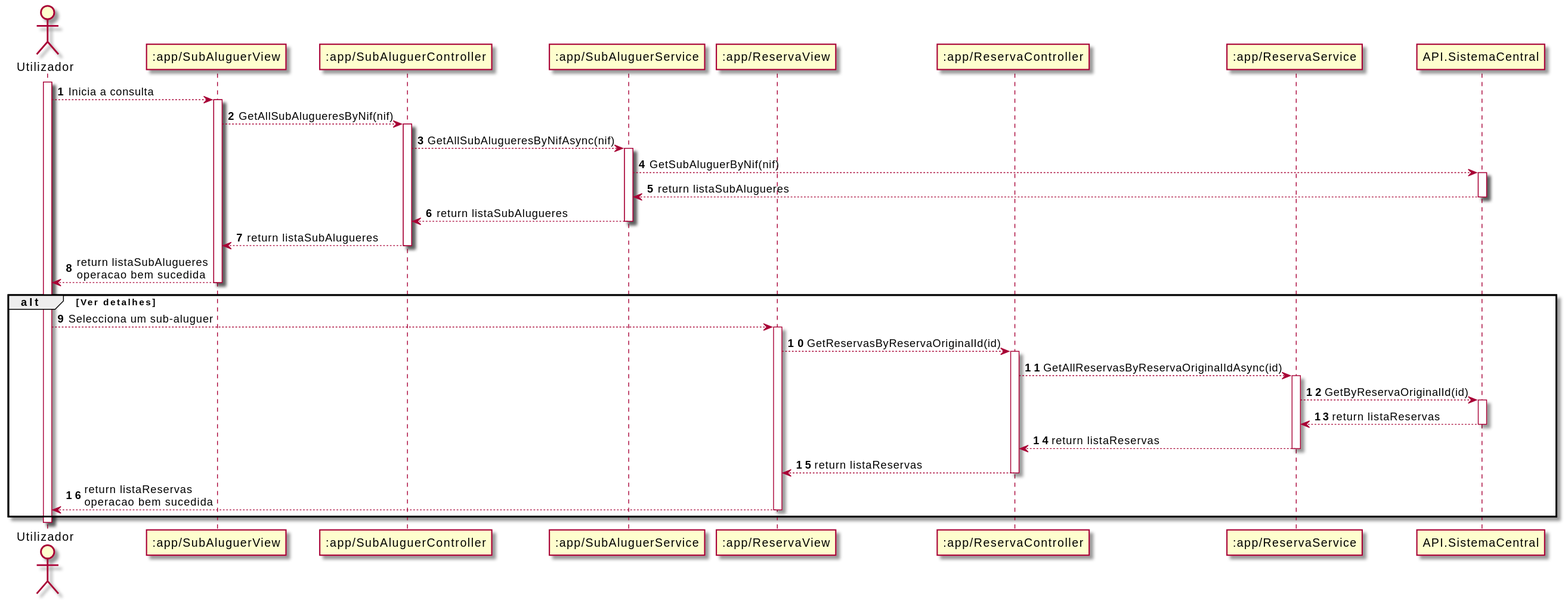
This is Documentos/Sprint4/UC8/UC8_SD.svg from UPskillDOTNET/Jakim-das-Coives-S.A., a PlantUML export, as it was before one commit. The source it was exported from:
```plantuml
@startuml
autonumber
actor "Utilizador" as U
participant ":app/SubAluguerView" as SV
participant ":app/SubAluguerController" as SC
participant ":app/SubAluguerService" as SS
participant ":app/ReservaView" as RV
participant ":app/ReservaController" as RC
participant ":app/ReservaService" as RS
participant "API.SistemaCentral" as API

activate U

U --> SV: Inicia a consulta
activate SV

SV --> SC: GetAllSubAlugueresByNif(nif)
activate SC

SC --> SS: GetAllSubAlugueresByNifAsync(nif)
activate SS

SS --> API: GetSubAluguerByNif(nif)
activate API

API --> SS:return listaSubAlugueres
deactivate API

SS --> SC: return listaSubAlugueres
deactivate SS

SC --> SV: return listaSubAlugueres
deactivate SC

SV --> U: return listaSubAlugueres\noperacao bem sucedida
deactivate SV

alt Ver detalhes

U --> RV: Selecciona um sub-aluguer
activate RV

RV --> RC: GetReservasByReservaOriginalId(id)
activate RC

RC --> RS: GetAllReservasByReservaOriginalIdAsync(id)
activate RS

RS --> API: GetByReservaOriginalId(id)
activate API

API --> RS:return listaReservas
deactivate API

RS --> RC: return listaReservas
deactivate RS

RC --> RV: return listaReservas
deactivate RC

RV --> U: return listaReservas\noperacao bem sucedida
deactivate RV

end

deactivate U
@enduml
```
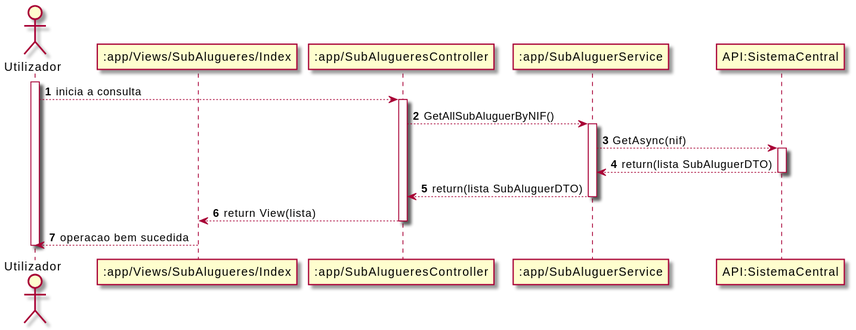
The same diagram one commit later.

The edit, as a diff of the source:
```diff
@@ -1,67 +1,33 @@
 @startuml
 autonumber
 actor "Utilizador" as U
-participant ":app/SubAluguerView" as SV
-participant ":app/SubAluguerController" as SC
+participant ":app/Views/SubAlugueres/Index" as SV
+participant ":app/SubAlugueresController" as SC
 participant ":app/SubAluguerService" as SS
-participant ":app/ReservaView" as RV
-participant ":app/ReservaController" as RC
-participant ":app/ReservaService" as RS
-participant "API.SistemaCentral" as API
+participant "API:SistemaCentral" as API
 
 activate U
 
-U --> SV: Inicia a consulta
-activate SV
-
-SV --> SC: GetAllSubAlugueresByNif(nif)
+U --> SC: inicia a consulta
 activate SC
 
-SC --> SS: GetAllSubAlugueresByNifAsync(nif)
+SC --> SS: GetAllSubAluguerByNIF()
 activate SS
 
-SS --> API: GetSubAluguerByNif(nif)
+SS --> API: GetAsync(nif)
 activate API
 
-API --> SS:return listaSubAlugueres
+API --> SS: return(lista SubAluguerDTO)
 deactivate API
 
-SS --> SC: return listaSubAlugueres
+SS --> SC: return(lista SubAluguerDTO)
 deactivate SS
 
-SC --> SV: return listaSubAlugueres
+SC --> SV: return View(lista)
 deactivate SC
 
-SV --> U: return listaSubAlugueres\noperacao bem sucedida
+SV --> U: operacao bem sucedida
 deactivate SV
-
-alt Ver detalhes
-
-U --> RV: Selecciona um sub-aluguer
-activate RV
-
-RV --> RC: GetReservasByReservaOriginalId(id)
-activate RC
-
-RC --> RS: GetAllReservasByReservaOriginalIdAsync(id)
-activate RS
-
-RS --> API: GetByReservaOriginalId(id)
-activate API
-
-API --> RS:return listaReservas
-deactivate API
-
-RS --> RC: return listaReservas
-deactivate RS
-
-RC --> RV: return listaReservas
-deactivate RC
-
-RV --> U: return listaReservas\noperacao bem sucedida
-deactivate RV
-
-end
 
 deactivate U
 @enduml
```
